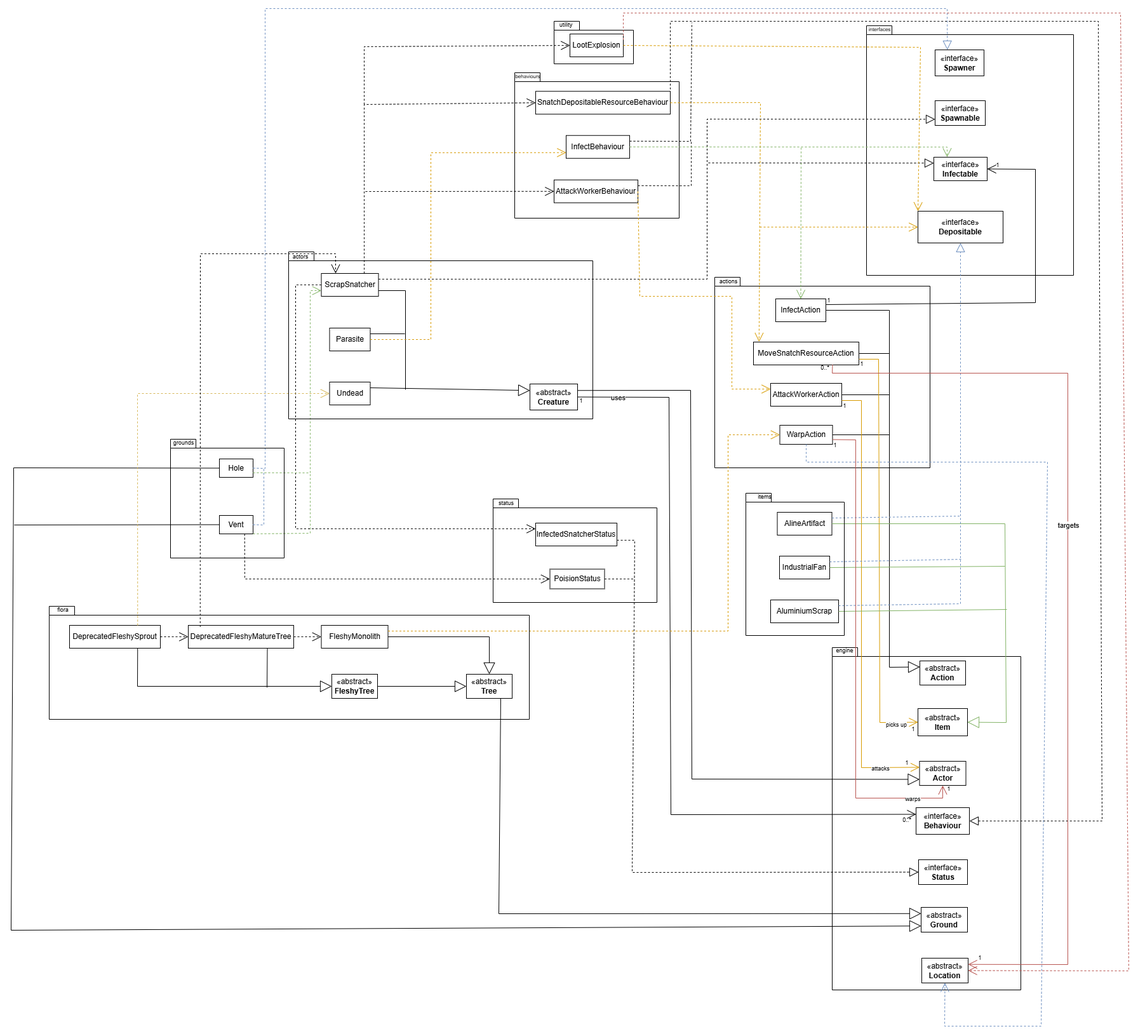
The draw.io diagram docs/design/ass3/REQ2-uml.png in ennn05/Garbage-Collector-Inc., before a commit. Source tidied: cells renumbered, new cells last; positions are measured from the earlier drawing's top-left corner, leaving out a move shared by most shapes.
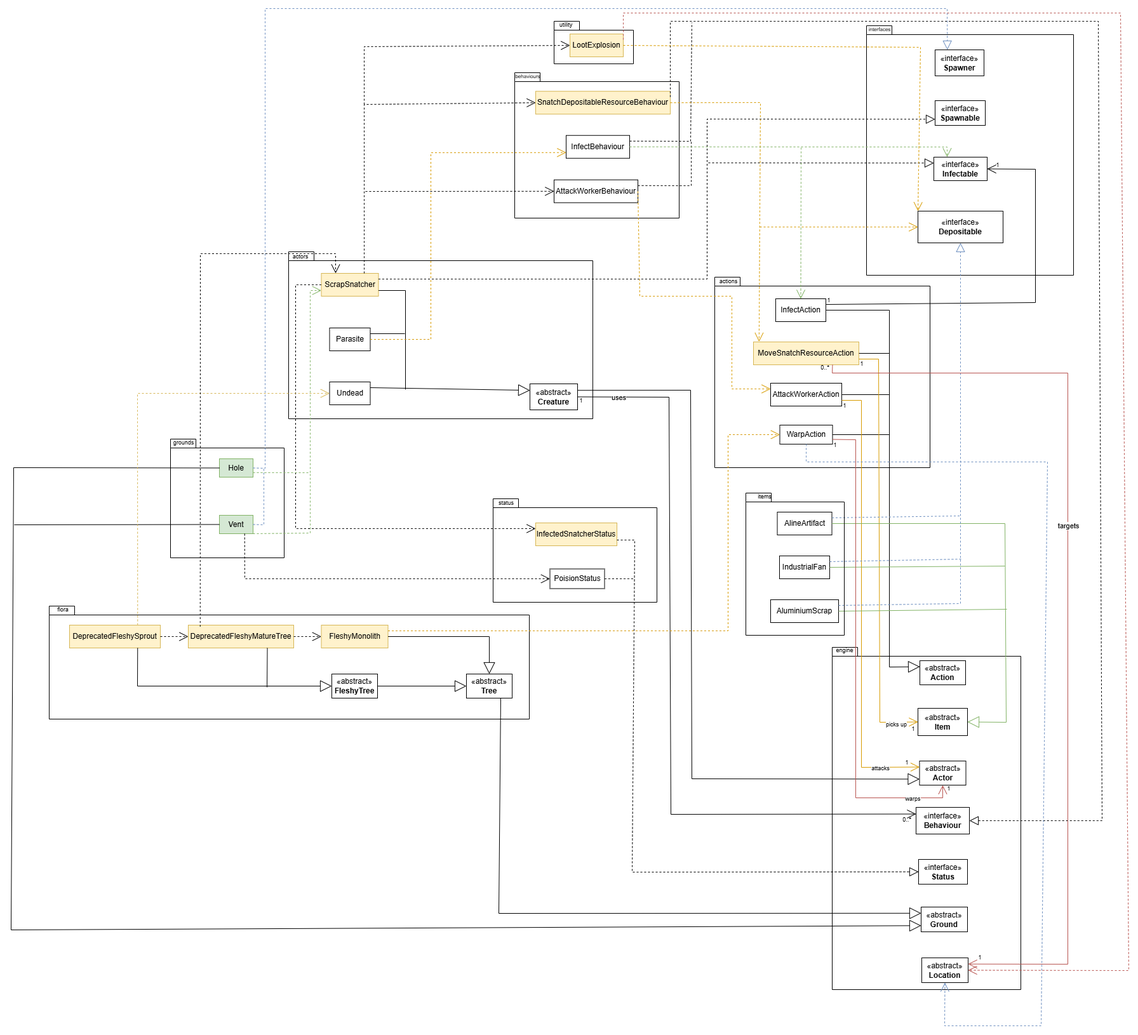
The same file after the commit.

Commit message:
Add design rationale and unit test for req2, edit uml for req2

The edit, as a diff of the source:
```diff
@@ -2,6 +2,18 @@
   <root>
     <mxCell id="0" />
     <mxCell id="1" parent="0" />
+    <mxCell id="115" style="shape=folder;fontStyle=1;spacingTop=10;tabWidth=40;tabHeight=14;tabPosition=left;html=1;whiteSpace=wrap;fillColor=none;" parent="1" vertex="1">
+      <mxGeometry x="60" y="941" width="756" height="178" as="geometry" />
+    </mxCell>
+    <mxCell id="113" style="shape=folder;fontStyle=1;spacingTop=10;tabWidth=40;tabHeight=14;tabPosition=left;html=1;whiteSpace=wrap;fillColor=none;" parent="1" vertex="1">
+      <mxGeometry x="251" y="678" width="179" height="187" as="geometry" />
+    </mxCell>
+    <mxCell id="111" style="shape=folder;fontStyle=1;spacingTop=10;tabWidth=40;tabHeight=14;tabPosition=left;html=1;whiteSpace=wrap;fillColor=none;" parent="1" vertex="1">
+      <mxGeometry x="759" y="772" width="258" height="163" as="geometry" />
+    </mxCell>
+    <mxCell id="107" style="shape=folder;fontStyle=1;spacingTop=10;tabWidth=40;tabHeight=14;tabPosition=left;html=1;whiteSpace=wrap;fillColor=none;" parent="1" vertex="1">
+      <mxGeometry x="437" y="383" width="479" height="263" as="geometry" />
+    </mxCell>
     <mxCell id="2" style="shape=folder;fontStyle=1;spacingTop=10;tabWidth=40;tabHeight=14;tabPosition=left;html=1;whiteSpace=wrap;fillColor=none;" parent="1" vertex="1">
       <mxGeometry x="1293" y="1006" width="297" height="539" as="geometry" />
     </mxCell>
@@ -56,7 +68,7 @@
     <mxCell id="19" value="Undead" style="html=1;whiteSpace=wrap;" parent="1" vertex="1">
       <mxGeometry x="501.5" y="588" width="64" height="36" as="geometry" />
     </mxCell>
-    <mxCell id="20" value="ScrapSnatcher" style="html=1;whiteSpace=wrap;" parent="1" vertex="1">
+    <mxCell id="20" value="ScrapSnatcher" style="html=1;whiteSpace=wrap;fillColor=#fff2cc;strokeColor=#d6b656;" parent="1" vertex="1">
       <mxGeometry x="488.5" y="417" width="90" height="36" as="geometry" />
     </mxCell>
     <mxCell id="21" value="AttackWorkerBehaviour" style="html=1;whiteSpace=wrap;" parent="1" vertex="1">
@@ -65,10 +77,10 @@
     <mxCell id="22" value="InfectBehaviour" style="html=1;whiteSpace=wrap;" parent="1" vertex="1">
       <mxGeometry x="874" y="199.8" width="100" height="36" as="geometry" />
     </mxCell>
-    <mxCell id="23" value="SnatchDepositableResourceBehaviour" style="html=1;whiteSpace=wrap;" parent="1" vertex="1">
+    <mxCell id="23" value="SnatchDepositableResourceBehaviour" style="html=1;whiteSpace=wrap;fillColor=#fff2cc;strokeColor=#d6b656;" parent="1" vertex="1">
       <mxGeometry x="826" y="130.2" width="212" height="36" as="geometry" />
     </mxCell>
-    <mxCell id="24" value="MoveSnatchResourceAction" style="html=1;whiteSpace=wrap;" parent="1" vertex="1">
+    <mxCell id="24" value="MoveSnatchResourceAction" style="html=1;whiteSpace=wrap;fillColor=#fff2cc;strokeColor=#d6b656;" parent="1" vertex="1">
       <mxGeometry x="1169" y="525" width="166" height="36" as="geometry" />
     </mxCell>
     <mxCell id="25" value="AttackWorkerAction" style="html=1;whiteSpace=wrap;" parent="1" vertex="1">
@@ -83,13 +95,13 @@
     <mxCell id="28" value="PoisionStatus" style="html=1;whiteSpace=wrap;" parent="1" vertex="1">
       <mxGeometry x="848.5" y="882.5" width="86" height="31" as="geometry" />
     </mxCell>
-    <mxCell id="29" value="InfectedSnatcherStatus" style="html=1;whiteSpace=wrap;" parent="1" vertex="1">
+    <mxCell id="29" value="InfectedSnatcherStatus" style="html=1;whiteSpace=wrap;fillColor=#fff2cc;strokeColor=#d6b656;" parent="1" vertex="1">
       <mxGeometry x="826" y="810" width="128" height="36" as="geometry" />
     </mxCell>
-    <mxCell id="30" value="Hole" style="html=1;whiteSpace=wrap;" parent="1" vertex="1">
+    <mxCell id="30" value="Hole" style="html=1;whiteSpace=wrap;fillColor=#d5e8d4;strokeColor=#82b366;" parent="1" vertex="1">
       <mxGeometry x="328" y="709" width="53" height="29" as="geometry" />
     </mxCell>
-    <mxCell id="31" value="Vent" style="html=1;whiteSpace=wrap;" parent="1" vertex="1">
+    <mxCell id="31" value="Vent" style="html=1;whiteSpace=wrap;fillColor=#d5e8d4;strokeColor=#82b366;" parent="1" vertex="1">
       <mxGeometry x="328" y="798" width="53" height="29" as="geometry" />
     </mxCell>
     <mxCell id="32" value="«abstract»&lt;br&gt;&lt;b&gt;Tree&lt;/b&gt;" style="html=1;whiteSpace=wrap;" parent="1" vertex="1">
@@ -98,13 +110,13 @@
     <mxCell id="33" value="«abstract»&lt;br&gt;&lt;b&gt;FleshyTree&lt;/b&gt;" style="html=1;whiteSpace=wrap;" parent="1" vertex="1">
       <mxGeometry x="505" y="1048" width="72" height="38" as="geometry" />
     </mxCell>
-    <mxCell id="34" value="DeprecatedFleshySprout" style="html=1;whiteSpace=wrap;" parent="1" vertex="1">
+    <mxCell id="34" value="DeprecatedFleshySprout" style="html=1;whiteSpace=wrap;fillColor=#fff2cc;strokeColor=#d6b656;" parent="1" vertex="1">
       <mxGeometry x="92" y="971" width="143" height="36" as="geometry" />
     </mxCell>
-    <mxCell id="35" value="DeprecatedFleshyMatureTree" style="html=1;whiteSpace=wrap;" parent="1" vertex="1">
+    <mxCell id="35" value="DeprecatedFleshyMatureTree" style="html=1;whiteSpace=wrap;fillColor=#fff2cc;strokeColor=#d6b656;" parent="1" vertex="1">
       <mxGeometry x="279" y="971" width="166" height="36" as="geometry" />
     </mxCell>
-    <mxCell id="36" value="FleshyMonolith" style="html=1;whiteSpace=wrap;" parent="1" vertex="1">
+    <mxCell id="36" value="FleshyMonolith" style="html=1;whiteSpace=wrap;fillColor=#fff2cc;strokeColor=#d6b656;" parent="1" vertex="1">
       <mxGeometry x="488.5" y="971" width="105" height="36" as="geometry" />
     </mxCell>
     <mxCell id="37" value="AluminiumScrap" style="html=1;whiteSpace=wrap;" parent="1" vertex="1">
@@ -116,7 +128,7 @@
     <mxCell id="39" value="AlineArtifact" style="html=1;whiteSpace=wrap;" parent="1" vertex="1">
       <mxGeometry x="1206.5" y="793" width="86" height="36" as="geometry" />
     </mxCell>
-    <mxCell id="40" value="LootExplosion" style="html=1;whiteSpace=wrap;" parent="1" vertex="1">
+    <mxCell id="40" value="LootExplosion" style="html=1;whiteSpace=wrap;fillColor=#fff2cc;strokeColor=#d6b656;" parent="1" vertex="1">
       <mxGeometry x="880" y="40" width="84" height="36" as="geometry" />
     </mxCell>
     <mxCell id="41" style="endArrow=block;endSize=16;endFill=0;html=1;rounded=0;exitX=1;exitY=0.25;exitDx=0;exitDy=0;entryX=0;entryY=0.75;entryDx=0;entryDy=0;" parent="1" edge="1" source="17" target="7">
@@ -510,9 +522,6 @@
     <mxCell id="106" value="&lt;font style=&quot;font-size: 8px;&quot;&gt;interfaces&lt;/font&gt;" style="text;html=1;whiteSpace=wrap;strokeColor=none;fillColor=none;align=center;verticalAlign=middle;rounded=0;" parent="1" vertex="1">
       <mxGeometry x="1338" y="17" width="60" height="30" as="geometry" />
     </mxCell>
-    <mxCell id="107" style="shape=folder;fontStyle=1;spacingTop=10;tabWidth=40;tabHeight=14;tabPosition=left;html=1;whiteSpace=wrap;fillColor=none;" parent="1" vertex="1">
-      <mxGeometry x="437" y="383" width="479" height="263" as="geometry" />
-    </mxCell>
     <mxCell id="108" value="&lt;font style=&quot;font-size: 9px;&quot;&gt;actors&lt;/font&gt;" style="text;html=1;whiteSpace=wrap;strokeColor=none;fillColor=none;align=center;verticalAlign=middle;rounded=0;" parent="1" vertex="1">
       <mxGeometry x="426" y="374.8" width="60" height="30" as="geometry" />
     </mxCell>
@@ -522,21 +531,12 @@
     <mxCell id="110" value="&lt;font style=&quot;font-size: 9px;&quot;&gt;actions&lt;/font&gt;" style="text;html=1;whiteSpace=wrap;strokeColor=none;fillColor=none;align=center;verticalAlign=middle;rounded=0;" parent="1" vertex="1">
       <mxGeometry x="1100" y="414" width="60" height="30" as="geometry" />
     </mxCell>
-    <mxCell id="111" style="shape=folder;fontStyle=1;spacingTop=10;tabWidth=40;tabHeight=14;tabPosition=left;html=1;whiteSpace=wrap;fillColor=none;" parent="1" vertex="1">
-      <mxGeometry x="759" y="772" width="258" height="163" as="geometry" />
-    </mxCell>
     <mxCell id="112" value="&lt;font style=&quot;font-size: 9px;&quot;&gt;status&lt;/font&gt;" style="text;html=1;whiteSpace=wrap;strokeColor=none;fillColor=none;align=center;verticalAlign=middle;rounded=0;" parent="1" vertex="1">
       <mxGeometry x="750" y="763" width="60" height="30" as="geometry" />
     </mxCell>
-    <mxCell id="113" style="shape=folder;fontStyle=1;spacingTop=10;tabWidth=40;tabHeight=14;tabPosition=left;html=1;whiteSpace=wrap;fillColor=none;" parent="1" vertex="1">
-      <mxGeometry x="251" y="678" width="179" height="187" as="geometry" />
-    </mxCell>
     <mxCell id="114" value="&lt;font style=&quot;font-size: 9px;&quot;&gt;grounds&lt;/font&gt;" style="text;html=1;whiteSpace=wrap;strokeColor=none;fillColor=none;align=center;verticalAlign=middle;rounded=0;" parent="1" vertex="1">
       <mxGeometry x="242" y="668" width="60" height="30" as="geometry" />
     </mxCell>
-    <mxCell id="115" style="shape=folder;fontStyle=1;spacingTop=10;tabWidth=40;tabHeight=14;tabPosition=left;html=1;whiteSpace=wrap;fillColor=none;" parent="1" vertex="1">
-      <mxGeometry x="60" y="941" width="756" height="178" as="geometry" />
-    </mxCell>
     <mxCell id="116" value="&lt;font style=&quot;font-size: 9px;&quot;&gt;flora&lt;/font&gt;" style="text;html=1;whiteSpace=wrap;strokeColor=none;fillColor=none;align=center;verticalAlign=middle;rounded=0;" parent="1" vertex="1">
       <mxGeometry x="52" y="931" width="60" height="30" as="geometry" />
     </mxCell>
```
